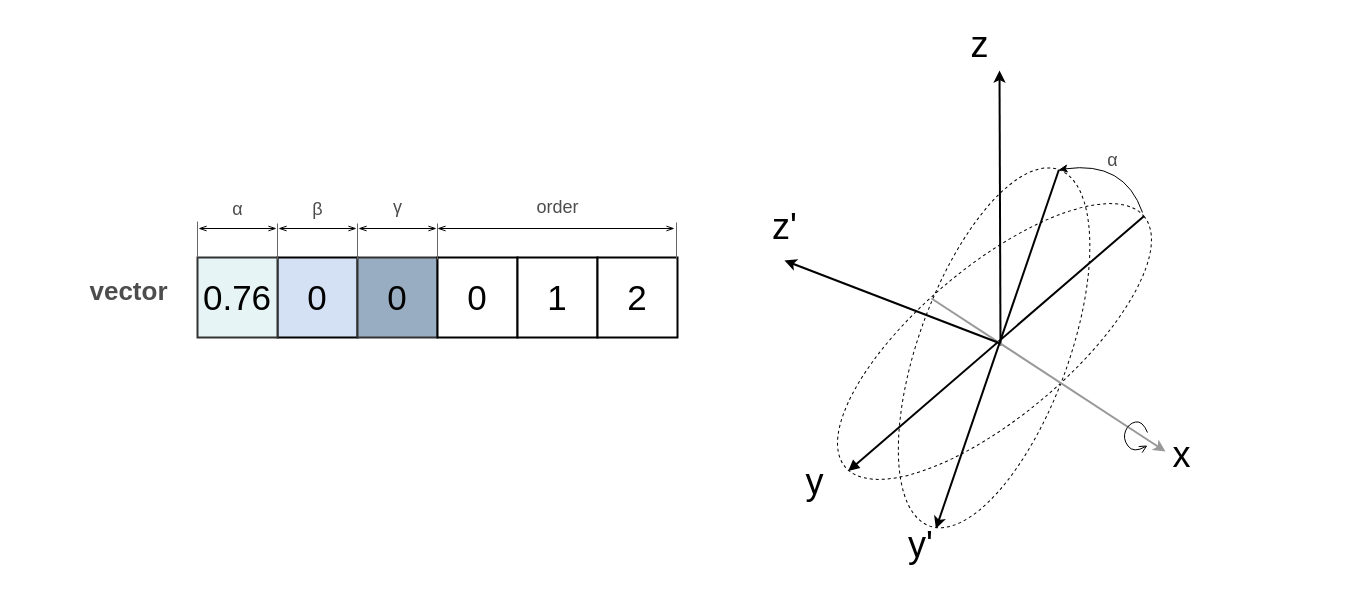
Wandalen/wMathModels keeps this draw.io diagram as page "3dEulerTransformation" (16 of 17) of doc/img/MathModels.drawio. Above is the earlier version. Source tidied: cells renumbered, new cells numbered last; positions are measured from the earlier drawing's top-left corner, leaving out a move shared by most shapes. Both pictures are drawn from the tidied source at 100%, with x=0, y=0 at pixel (17, 17).
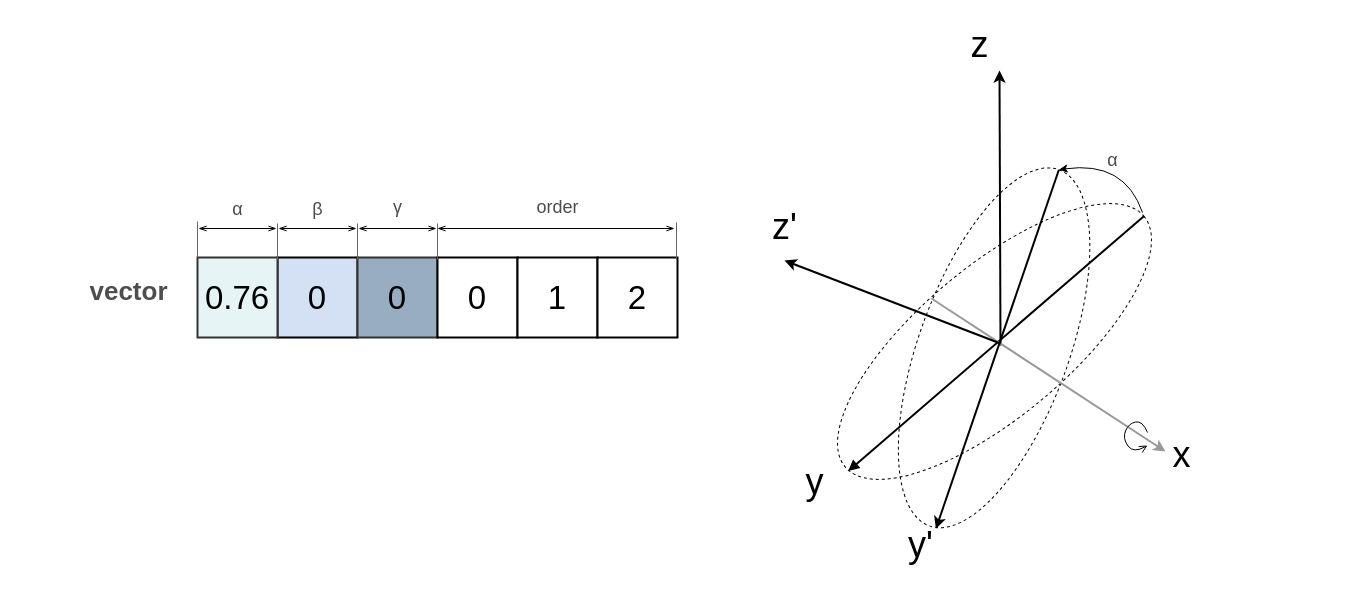
The same diagram, later.

What changed in the source:
```diff
@@
-    <mxCell id="5" value="0" style="whiteSpace=wrap;html=1;strokeWidth=2;fontSize=35;strokeColor=#000000;fillColor=#D4E1F5;" parent="1" vertex="1">
+    <mxCell id="5" value="0" style="whiteSpace=wrap;html=1;strokeWidth=2;fontSize=33;strokeColor=#000000;fillColor=#D4E1F5;" parent="1" vertex="1">
       <mxGeometry x="260" y="240" width="80" height="80" as="geometry" />
     </mxCell>
-    <mxCell id="6" value="0" style="whiteSpace=wrap;html=1;strokeWidth=2;fontSize=35;fillColor=#99ADC2;strokeColor=#333333;" parent="1" vertex="1">
+    <mxCell id="6" value="0" style="whiteSpace=wrap;html=1;strokeWidth=2;fontSize=33;fillColor=#99ADC2;strokeColor=#333333;" parent="1" vertex="1">
       <mxGeometry x="340" y="240" width="80" height="80" as="geometry" />
     </mxCell>
-    <mxCell id="7" value="0" style="whiteSpace=wrap;html=1;strokeWidth=2;fontSize=35;" parent="1" vertex="1">
+    <mxCell id="7" value="0" style="whiteSpace=wrap;html=1;strokeWidth=2;fontSize=33;" parent="1" vertex="1">
       <mxGeometry x="420" y="240" width="80" height="80" as="geometry" />
     </mxCell>
@@
-    <mxCell id="9" value="0.76" style="whiteSpace=wrap;html=1;strokeWidth=2;fontSize=35;fillColor=#E6F4F5;strokeColor=#333333;" parent="1" vertex="1">
+    <mxCell id="9" value="0.76" style="whiteSpace=wrap;html=1;strokeWidth=2;fontSize=33;fillColor=#E6F4F5;strokeColor=#333333;" parent="1" vertex="1">
       <mxGeometry x="180" y="240" width="80" height="80" as="geometry" />
     </mxCell>
@@
-    <mxCell id="12" value="1" style="whiteSpace=wrap;html=1;strokeWidth=2;fontSize=35;" parent="1" vertex="1">
+    <mxCell id="12" value="1" style="whiteSpace=wrap;html=1;strokeWidth=2;fontSize=33;" parent="1" vertex="1">
       <mxGeometry x="500" y="240" width="80" height="80" as="geometry" />
     </mxCell>
-    <mxCell id="13" value="2" style="whiteSpace=wrap;html=1;strokeWidth=2;fontSize=35;" parent="1" vertex="1">
+    <mxCell id="13" value="2" style="whiteSpace=wrap;html=1;strokeWidth=2;fontSize=33;" parent="1" vertex="1">
       <mxGeometry x="580" y="240" width="80" height="80" as="geometry" />
     </mxCell>
```
